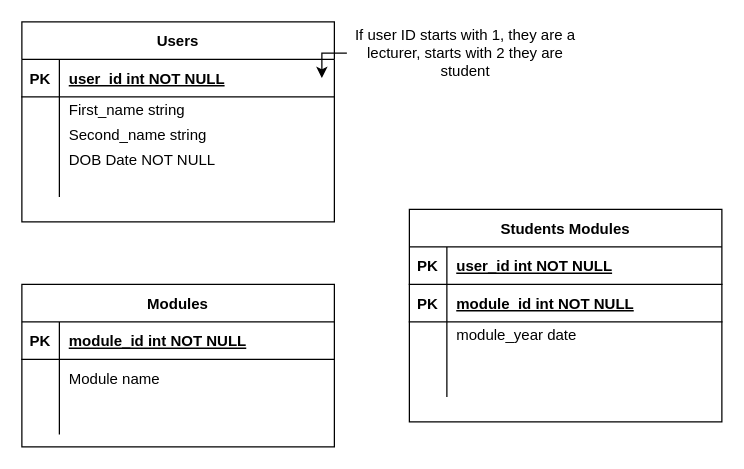
This is ERD.drawio from bensolo12/Databases, a draw.io file, before an edit. Source tidied: cells renumbered, new cells numbered last; positions are measured from the earlier drawing's top-left corner, leaving out a move shared by most shapes. Both pictures are drawn from the tidied source at 125%, with x=0, y=0 at pixel (21, 21).
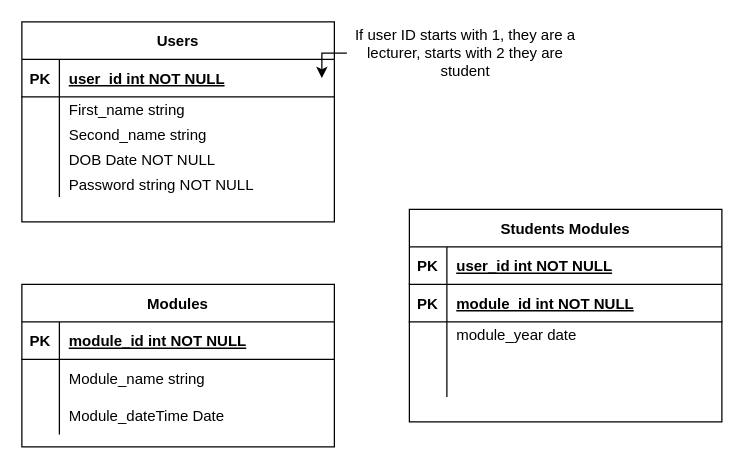
The same diagram, later.

Unchanged cells that the change refers to:
```xml
<mxCell id="6" style="shape=partialRectangle;fillColor=none;top=0;left=0;right=0;bottom=0;" parent="2" vertex="1">
  <mxGeometry y="60" width="250" height="30" as="geometry" />
</mxCell>
<mxCell id="9" style="shape=partialRectangle;fillColor=none;top=0;left=0;right=0;bottom=0;" parent="2" vertex="1">
  <mxGeometry y="90" width="250" height="30" as="geometry" />
</mxCell>
<mxCell id="25" style="shape=partialRectangle;fillColor=none;top=0;left=0;right=0;bottom=0;" parent="12" vertex="1">
  <mxGeometry y="120" width="250" height="20" as="geometry" />
</mxCell>
```

Diff of the diagram source:
```diff
@@
-    <mxCell id="8" value="Module name" style="shape=partialRectangle;overflow=hidden;fillColor=none;top=0;left=0;bottom=0;right=0;align=left;spacingLeft=6;" parent="6" vertex="1">
+    <mxCell id="8" value="Module_name string" style="shape=partialRectangle;overflow=hidden;fillColor=none;top=0;left=0;bottom=0;right=0;align=left;spacingLeft=6;" parent="6" vertex="1">
       <mxGeometry x="30" width="220" height="30" as="geometry" />
     </mxCell>
@@
-    <mxCell id="11" style="shape=partialRectangle;overflow=hidden;fillColor=none;top=0;left=0;bottom=0;right=0;align=left;spacingLeft=6;" parent="9" vertex="1">
+    <mxCell id="11" value="Module_dateTime Date" style="shape=partialRectangle;overflow=hidden;fillColor=none;top=0;left=0;bottom=0;right=0;align=left;spacingLeft=6;" parent="9" vertex="1">
       <mxGeometry x="30" width="220" height="30" as="geometry" />
     </mxCell>
@@
-    <mxCell id="27" style="shape=partialRectangle;overflow=hidden;fillColor=none;top=0;left=0;bottom=0;right=0;align=left;spacingLeft=6;" parent="25" vertex="1">
+    <mxCell id="27" value="Password string NOT NULL" style="shape=partialRectangle;overflow=hidden;fillColor=none;top=0;left=0;bottom=0;right=0;align=left;spacingLeft=6;" parent="25" vertex="1">
       <mxGeometry x="30" width="220" height="20" as="geometry" />
     </mxCell>
```
